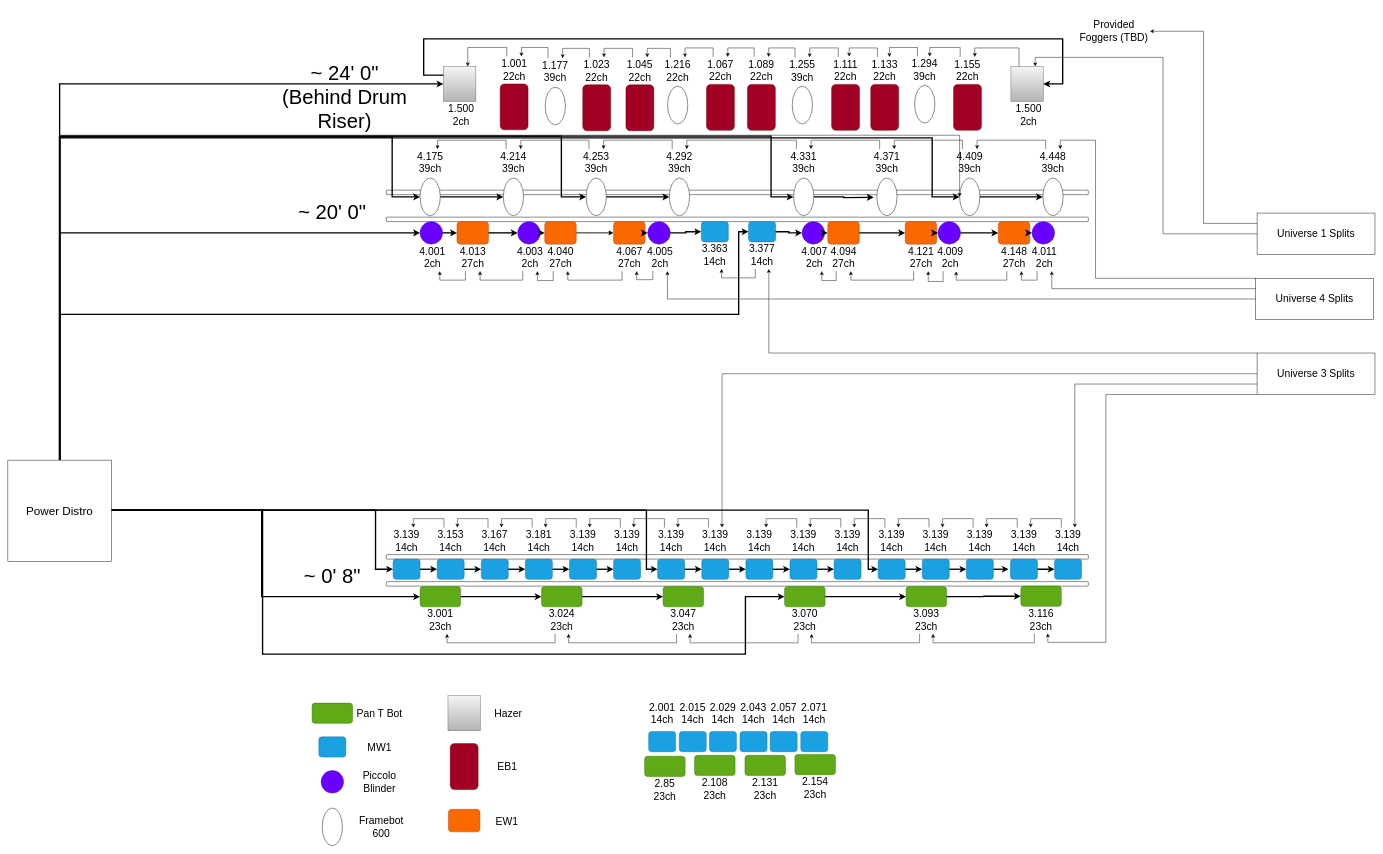
Above: 2024-02-09_38Special.drawio in CGBassPlayer/drawio (draw.io), before the change. Source tidied: cells renumbered, new cells numbered last; positions are measured from the earlier drawing's top-left corner, leaving out a move shared by most shapes. Both pictures are drawn from the tidied source at 45%, with x=0, y=0 at pixel (8, 16).
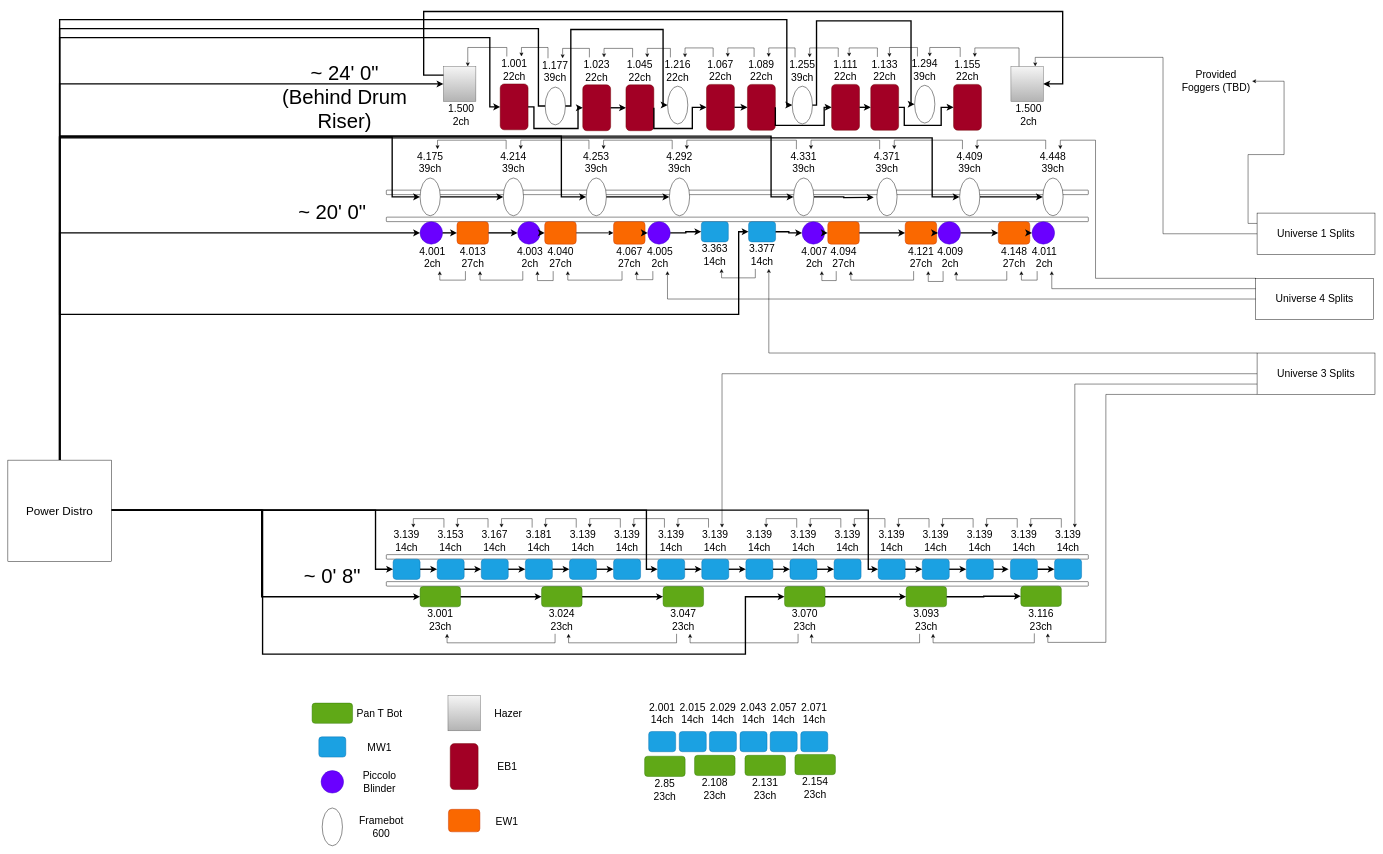
Above is the later version.

The change refers to these unchanged cells:
```xml
<mxCell id="111" style="rounded=1;whiteSpace=wrap;html=1;fillColor=#1ba1e2;fontColor=#ffffff;strokeColor=#006EAF;" parent="109" vertex="1">
  <mxGeometry width="60" height="45" as="geometry" />
</mxCell>
<mxCell id="144" style="ellipse;whiteSpace=wrap;html=1;" parent="143" vertex="1">
  <mxGeometry x="10" y="64" width="45" height="84" as="geometry" />
</mxCell>
<mxCell id="152" style="ellipse;whiteSpace=wrap;html=1;" parent="151" vertex="1">
  <mxGeometry x="10" y="64" width="45" height="84" as="geometry" />
</mxCell>
<mxCell id="155" style="ellipse;whiteSpace=wrap;html=1;" parent="154" vertex="1">
  <mxGeometry x="10" y="64" width="45" height="84" as="geometry" />
</mxCell>
<mxCell id="158" style="ellipse;whiteSpace=wrap;html=1;" parent="157" vertex="1">
  <mxGeometry x="10" y="64" width="45" height="84" as="geometry" />
</mxCell>
<mxCell id="161" style="ellipse;whiteSpace=wrap;html=1;" parent="160" vertex="1">
  <mxGeometry x="10" y="64" width="45" height="84" as="geometry" />
</mxCell>
<mxCell id="164" style="rounded=0;whiteSpace=wrap;html=1;fillColor=#f5f5f5;gradientColor=#b3b3b3;strokeColor=#666666;" parent="163" vertex="1">
  <mxGeometry width="72" height="78" as="geometry" />
</mxCell>
<mxCell id="167" style="rounded=0;whiteSpace=wrap;html=1;fillColor=#f5f5f5;gradientColor=#b3b3b3;strokeColor=#666666;" parent="166" vertex="1">
  <mxGeometry width="72" height="78" as="geometry" />
</mxCell>
<mxCell id="172" style="rounded=1;whiteSpace=wrap;html=1;fillColor=#a20025;fontColor=#ffffff;strokeColor=#6F0000;" parent="171" vertex="1">
  <mxGeometry x="1.5" y="61" width="62" height="102" as="geometry" />
</mxCell>
<mxCell id="175" style="rounded=1;whiteSpace=wrap;html=1;fillColor=#a20025;fontColor=#ffffff;strokeColor=#6F0000;" parent="174" vertex="1">
  <mxGeometry x="1.5" y="61" width="62" height="102" as="geometry" />
</mxCell>
<mxCell id="178" style="rounded=1;whiteSpace=wrap;html=1;fillColor=#a20025;fontColor=#ffffff;strokeColor=#6F0000;" parent="177" vertex="1">
  <mxGeometry x="1.5" y="61" width="62" height="102" as="geometry" />
</mxCell>
<mxCell id="181" style="rounded=1;whiteSpace=wrap;html=1;fillColor=#a20025;fontColor=#ffffff;strokeColor=#6F0000;" parent="180" vertex="1">
  <mxGeometry x="1.5" y="61" width="62" height="102" as="geometry" />
</mxCell>
<mxCell id="184" style="rounded=1;whiteSpace=wrap;html=1;fillColor=#a20025;fontColor=#ffffff;strokeColor=#6F0000;" parent="183" vertex="1">
  <mxGeometry x="1.5" y="61" width="62" height="102" as="geometry" />
</mxCell>
<mxCell id="187" style="rounded=1;whiteSpace=wrap;html=1;fillColor=#a20025;fontColor=#ffffff;strokeColor=#6F0000;" parent="186" vertex="1">
  <mxGeometry x="1.5" y="61" width="62" height="102" as="geometry" />
</mxCell>
<mxCell id="190" style="rounded=1;whiteSpace=wrap;html=1;fillColor=#a20025;fontColor=#ffffff;strokeColor=#6F0000;" parent="189" vertex="1">
  <mxGeometry x="1.5" y="61" width="62" height="102" as="geometry" />
</mxCell>
<mxCell id="193" style="rounded=1;whiteSpace=wrap;html=1;fillColor=#a20025;fontColor=#ffffff;strokeColor=#6F0000;" parent="192" vertex="1">
  <mxGeometry x="1.5" y="61" width="62" height="102" as="geometry" />
</mxCell>
<mxCell id="300" value="&lt;font style=&quot;font-size: 26px;&quot;&gt;Power Distro&lt;/font&gt;" style="rounded=0;whiteSpace=wrap;html=1;" parent="1" vertex="1">
  <mxGeometry y="986" width="230" height="225" as="geometry" />
</mxCell>
<mxCell id="318" value="Universe 1 Splits" style="text;html=1;strokeColor=default;fillColor=none;align=center;verticalAlign=middle;whiteSpace=wrap;rounded=0;fontSize=23;" parent="1" vertex="1">
  <mxGeometry x="2776" y="437" width="262" height="92" as="geometry" />
</mxCell>
```

What changed in the source:
```diff
@@
-    <mxCell id="296" style="edgeStyle=orthogonalEdgeStyle;rounded=0;jettySize=auto;html=1;exitX=0.5;exitY=0;exitDx=0;exitDy=0;entryX=0;entryY=0.5;entryDx=0;entryDy=0;" parent="1" edge="1" source="300" target="144">
-      <mxGeometry relative="1" as="geometry">
-        <Array as="points">
-          <mxPoint x="115" y="264" />
-          <mxPoint x="2115" y="264" />
-        </Array>
-      </mxGeometry>
-    </mxCell>
@@
-    <mxCell id="299" style="edgeStyle=orthogonalEdgeStyle;rounded=0;jettySize=auto;html=1;exitX=0.5;exitY=0;exitDx=0;exitDy=0;entryX=0;entryY=0.5;entryDx=0;entryDy=0;strokeWidth=3;" parent="1" edge="1" source="300" target="111">
+    <mxCell id="299" style="edgeStyle=orthogonalEdgeStyle;rounded=0;jettySize=auto;html=1;exitX=0;exitY=0.5;exitDx=0;exitDy=0;entryX=0;entryY=0.5;entryDx=0;entryDy=0;strokeWidth=3;" parent="1" edge="1" source="152" target="111">
       <mxGeometry relative="1" as="geometry">
         <Array as="points">
+          <mxPoint x="1179" y="199" />
+          <mxPoint x="1179" y="27" />
+          <mxPoint x="115" y="27" />
           <mxPoint x="115" y="662" />
           <mxPoint x="1624" y="662" />
           <mxPoint x="1624" y="479" />
         </Array>
       </mxGeometry>
     </mxCell>
+    <mxCell id="338" style="edgeStyle=orthogonalEdgeStyle;rounded=0;jettySize=auto;html=1;exitX=0.5;exitY=0;exitDx=0;exitDy=0;entryX=0;entryY=0.5;entryDx=0;entryDy=0;strokeWidth=3;" parent="1" edge="1" source="300" target="158">
+      <mxGeometry relative="1" as="geometry">
+        <Array as="points">
+          <mxPoint x="115" y="7" />
+          <mxPoint x="1731" y="7" />
+          <mxPoint x="1731" y="197" />
+        </Array>
+      </mxGeometry>
+    </mxCell>
+    <mxCell id="339" style="edgeStyle=orthogonalEdgeStyle;rounded=0;jettySize=auto;html=1;exitX=0.5;exitY=0;exitDx=0;exitDy=0;entryX=0;entryY=0.5;entryDx=0;entryDy=0;strokeWidth=3;" parent="1" edge="1" source="300" target="172">
+      <mxGeometry relative="1" as="geometry">
+        <Array as="points">
+          <mxPoint x="115" y="47" />
+          <mxPoint x="1071" y="47" />
+          <mxPoint x="1071" y="201" />
+        </Array>
+      </mxGeometry>
+    </mxCell>
@@
     <mxCell id="317" style="edgeStyle=orthogonalEdgeStyle;rounded=0;jettySize=auto;html=1;exitX=0;exitY=0.25;exitDx=0;exitDy=0;entryX=1;entryY=0.5;entryDx=0;entryDy=0;" parent="1" edge="1" source="318" target="321">
-      <mxGeometry relative="1" as="geometry" />
+      <mxGeometry relative="1" as="geometry">
+        <Array as="points">
+          <mxPoint x="2756" y="460" />
+          <mxPoint x="2756" y="307" />
+          <mxPoint x="2836" y="307" />
+          <mxPoint x="2836" y="144" />
+        </Array>
+      </mxGeometry>
     </mxCell>
@@
     <mxCell id="321" value="&lt;font style=&quot;font-size: 23px;&quot;&gt;Provided Foggers (TBD)&lt;/font&gt;" style="text;html=1;strokeColor=none;fillColor=none;align=center;verticalAlign=middle;whiteSpace=wrap;rounded=0;" parent="1" vertex="1">
-      <mxGeometry x="2378" width="160" height="66" as="geometry" />
+      <mxGeometry x="2605" y="111" width="160" height="66" as="geometry" />
     </mxCell>
     <mxCell id="322" style="edgeStyle=orthogonalEdgeStyle;rounded=0;jettySize=auto;html=1;exitX=0;exitY=0.25;exitDx=0;exitDy=0;entryX=1;entryY=0.5;entryDx=0;entryDy=0;strokeWidth=3;" parent="1" edge="1" source="164" target="167">
       <mxGeometry relative="1" as="geometry">
         <Array as="points">
           <mxPoint x="924" y="131" />
-          <mxPoint x="924" y="50" />
-          <mxPoint x="2344" y="50" />
+          <mxPoint x="924" y="-11" />
+          <mxPoint x="2344" y="-11" />
           <mxPoint x="2344" y="150" />
         </Array>
       </mxGeometry>
     </mxCell>
@@
+    <mxCell id="340" style="edgeStyle=orthogonalEdgeStyle;rounded=0;jettySize=auto;html=1;exitX=1;exitY=0.5;exitDx=0;exitDy=0;entryX=0;entryY=0.5;entryDx=0;entryDy=0;strokeWidth=3;" parent="1" edge="1" source="152" target="155">
+      <mxGeometry relative="1" as="geometry">
+        <Array as="points">
+          <mxPoint x="1251" y="199" />
+          <mxPoint x="1251" y="29" />
+          <mxPoint x="1456" y="29" />
+          <mxPoint x="1456" y="197" />
+        </Array>
+      </mxGeometry>
+    </mxCell>
+    <mxCell id="341" style="edgeStyle=orthogonalEdgeStyle;rounded=0;jettySize=auto;html=1;exitX=1;exitY=0.5;exitDx=0;exitDy=0;entryX=0;entryY=0.5;entryDx=0;entryDy=0;strokeWidth=3;" parent="1" edge="1" source="158" target="161">
+      <mxGeometry relative="1" as="geometry">
+        <Array as="points">
+          <mxPoint x="1797" y="197" />
+          <mxPoint x="1797" y="10" />
+          <mxPoint x="2007" y="10" />
+          <mxPoint x="2007" y="195" />
+        </Array>
+      </mxGeometry>
+    </mxCell>
+    <mxCell id="342" style="edgeStyle=orthogonalEdgeStyle;rounded=0;jettySize=auto;html=1;entryX=0;entryY=0.5;entryDx=0;entryDy=0;strokeWidth=3;" parent="1" edge="1" source="172" target="175">
+      <mxGeometry relative="1" as="geometry">
+        <Array as="points">
+          <mxPoint x="1169" y="201" />
+          <mxPoint x="1169" y="249" />
+          <mxPoint x="1267" y="249" />
+          <mxPoint x="1267" y="203" />
+        </Array>
+      </mxGeometry>
+    </mxCell>
+    <mxCell id="343" style="edgeStyle=orthogonalEdgeStyle;rounded=0;jettySize=auto;html=1;exitX=1;exitY=0.5;exitDx=0;exitDy=0;entryX=0;entryY=0.5;entryDx=0;entryDy=0;strokeWidth=3;" parent="1" edge="1" source="175" target="178">
+      <mxGeometry relative="1" as="geometry" />
+    </mxCell>
+    <mxCell id="344" style="edgeStyle=orthogonalEdgeStyle;rounded=0;jettySize=auto;html=1;exitX=1;exitY=0.5;exitDx=0;exitDy=0;entryX=0;entryY=0.5;entryDx=0;entryDy=0;strokeWidth=3;" parent="1" edge="1" source="178" target="181">
+      <mxGeometry relative="1" as="geometry">
+        <Array as="points">
+          <mxPoint x="1436" y="249" />
+          <mxPoint x="1521" y="249" />
+          <mxPoint x="1521" y="202" />
+        </Array>
+      </mxGeometry>
+    </mxCell>
+    <mxCell id="345" style="edgeStyle=orthogonalEdgeStyle;rounded=0;jettySize=auto;html=1;exitX=1;exitY=0.5;exitDx=0;exitDy=0;entryX=0;entryY=0.5;entryDx=0;entryDy=0;strokeWidth=3;" parent="1" edge="1" source="181" target="184">
+      <mxGeometry relative="1" as="geometry" />
+    </mxCell>
+    <mxCell id="346" style="edgeStyle=orthogonalEdgeStyle;rounded=0;jettySize=auto;html=1;exitX=1;exitY=0.5;exitDx=0;exitDy=0;entryX=0;entryY=0.5;entryDx=0;entryDy=0;strokeWidth=3;" parent="1" edge="1" source="184" target="187">
+      <mxGeometry relative="1" as="geometry">
+        <Array as="points">
+          <mxPoint x="1706" y="242" />
+          <mxPoint x="1814" y="242" />
+          <mxPoint x="1814" y="202" />
+        </Array>
+      </mxGeometry>
+    </mxCell>
+    <mxCell id="347" style="edgeStyle=orthogonalEdgeStyle;rounded=0;jettySize=auto;html=1;exitX=1;exitY=0.5;exitDx=0;exitDy=0;entryX=0;entryY=0.5;entryDx=0;entryDy=0;strokeWidth=3;" parent="1" edge="1" source="187" target="190">
+      <mxGeometry relative="1" as="geometry" />
+    </mxCell>
+    <mxCell id="348" style="edgeStyle=orthogonalEdgeStyle;rounded=0;jettySize=auto;html=1;exitX=1;exitY=0.5;exitDx=0;exitDy=0;entryX=0;entryY=0.5;entryDx=0;entryDy=0;strokeWidth=3;" parent="1" edge="1" source="190" target="193">
+      <mxGeometry relative="1" as="geometry">
+        <Array as="points">
+          <mxPoint x="1992" y="202" />
+          <mxPoint x="1992" y="242" />
+          <mxPoint x="2074" y="242" />
+          <mxPoint x="2074" y="202" />
+        </Array>
+      </mxGeometry>
+    </mxCell>
```
